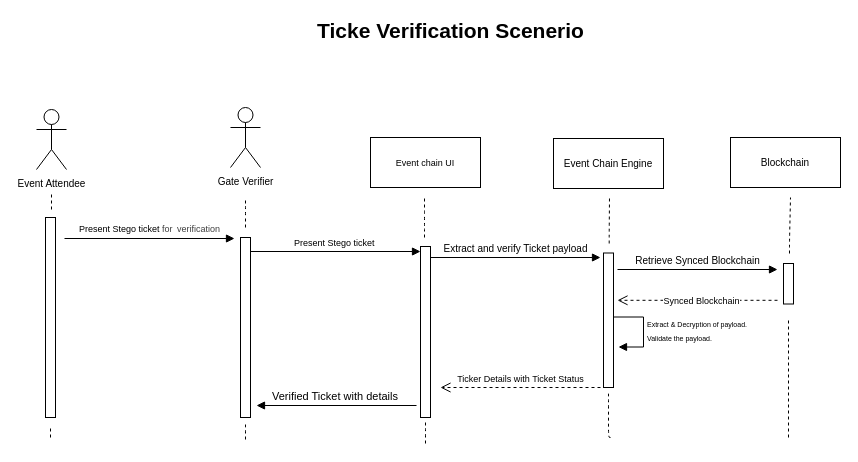
The draw.io diagram eventChainSequence.drawio in raytembo/event_chain, before the edit. Source tidied: cells renumbered, new cells numbered last; positions are measured from the earlier drawing's top-left corner, leaving out a move shared by most shapes. Both pictures are drawn from the tidied source at 100%, with x=0, y=0 at pixel (36, 17).
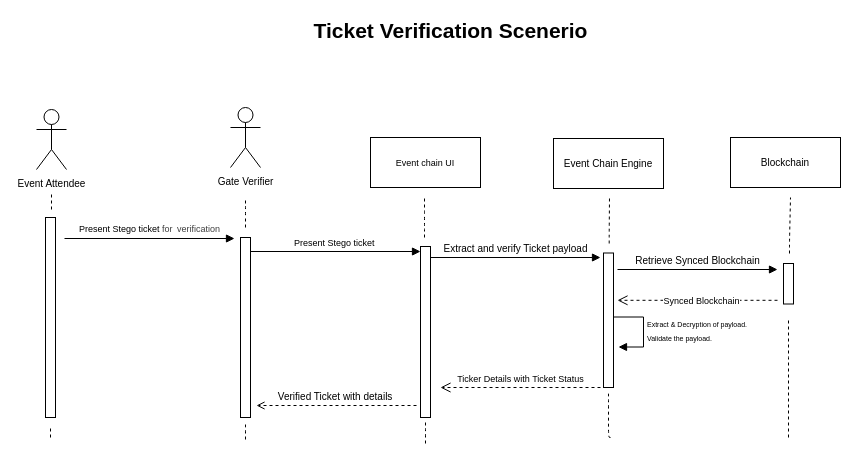
The same page after the edit.

What changed in the source:
```diff
@@
-    <mxCell id="12" value="Verified Ticket with details&amp;nbsp;" style="html=1;verticalAlign=bottom;endArrow=block;curved=0;rounded=0;" parent="1" edge="1">
+    <mxCell id="12" value="&lt;font style=&quot;font-size: 10px;&quot;&gt;Verified Ticket with details&amp;nbsp;&lt;/font&gt;" style="html=1;verticalAlign=bottom;endArrow=open;curved=0;rounded=0;dashed=1;endFill=0;" parent="1" edge="1">
       <mxGeometry relative="1" as="geometry">
         <mxPoint x="380" y="388" as="sourcePoint" />
         <mxPoint x="220" y="388" as="targetPoint" />
       </mxGeometry>
     </mxCell>
@@
-    <mxCell id="31" value="&lt;font style=&quot;font-size: 21px;&quot;&gt;Ticke Verification Scenerio&lt;/font&gt;" style="text;align=center;fontStyle=1;verticalAlign=middle;spacingLeft=3;spacingRight=3;strokeColor=none;html=1;" parent="1" vertex="1">
+    <mxCell id="31" value="&lt;font style=&quot;font-size: 21px;&quot;&gt;Ticket Verification Scenerio&lt;/font&gt;" style="text;align=center;fontStyle=1;verticalAlign=middle;spacingLeft=3;spacingRight=3;strokeColor=none;html=1;" parent="1" vertex="1">
       <mxGeometry x="374" width="80" height="26" as="geometry" />
     </mxCell>
```
